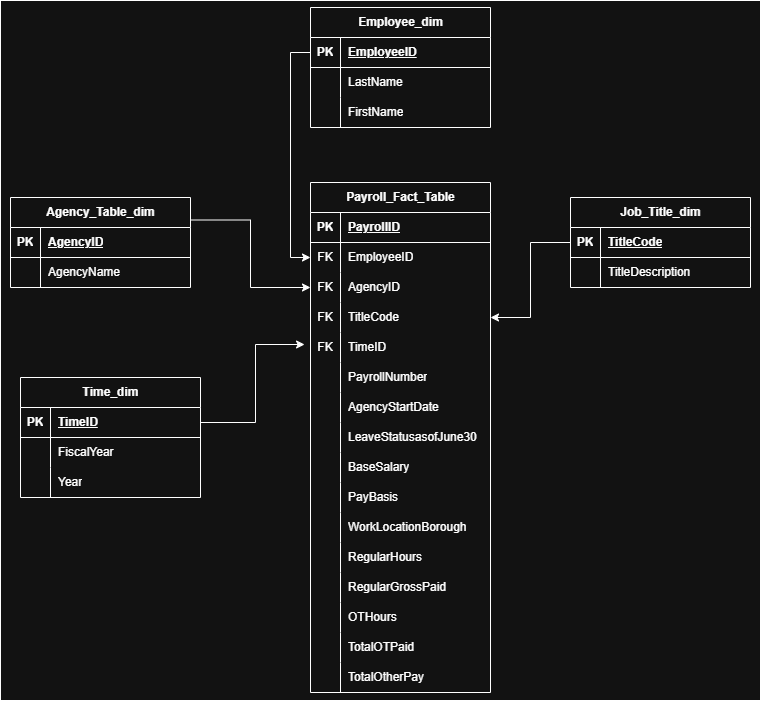
This is images/Data Model.png from nonsosky/nycpayroll, a draw.io export, as it was before one commit. Source tidied: cells renumbered, new cells last; positions are measured from the earlier drawing's top-left corner, leaving out a move shared by most shapes.
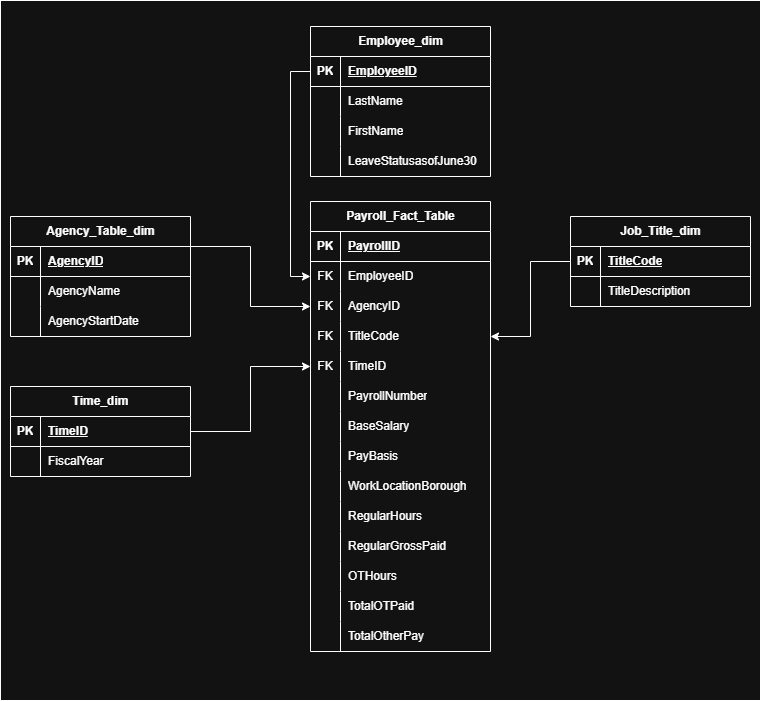
After the commit.

Diff of the diagram source:
```diff
@@ -3,7 +3,7 @@
     <mxCell id="0" />
     <mxCell id="1" parent="0" />
     <mxCell id="2" style="rounded=0;whiteSpace=wrap;html=1;" parent="1" vertex="1">
-      <mxGeometry width="760" height="700" as="geometry" />
+      <mxGeometry y="-19" width="760" height="700" as="geometry" />
     </mxCell>
     <mxCell id="3" value="Job_Title_dim" style="shape=table;startSize=30;rowLines=0;fontStyle=1;align=center;html=1;" parent="1" vertex="1">
       <mxGeometry x="570" y="197" width="180" height="90" as="geometry" />
@@ -30,7 +30,7 @@
       <mxGeometry relative="1" as="geometry" />
     </mxCell>
     <mxCell id="11" value="Agency_Table_dim" style="shape=table;startSize=30;rowLines=0;fontStyle=1;align=center;html=1;" parent="1" vertex="1">
-      <mxGeometry x="10" y="197" width="180" height="90" as="geometry" />
+      <mxGeometry x="10" y="197" width="180" height="120" as="geometry" />
     </mxCell>
     <mxCell id="12" style="shape=tableRow;horizontal=0;startSize=0;swimlaneHead=0;swimlaneBody=0;fillColor=none;top=0;left=0;right=0;bottom=1;" parent="11" vertex="1">
       <mxGeometry y="30" width="180" height="30" as="geometry" />
@@ -50,8 +50,17 @@
     <mxCell id="17" value="AgencyName" style="shape=partialRectangle;fillColor=none;top=0;left=0;bottom=0;right=0;align=left;spacingLeft=6;overflow=hidden;whiteSpace=wrap;html=1;" parent="15" vertex="1">
       <mxGeometry x="30" width="150" height="30" as="geometry" />
     </mxCell>
+    <mxCell id="85" style="shape=tableRow;horizontal=0;startSize=0;swimlaneHead=0;swimlaneBody=0;fillColor=none;top=0;left=0;right=0;bottom=0;" parent="11" vertex="1">
+      <mxGeometry y="90" width="180" height="30" as="geometry" />
+    </mxCell>
+    <mxCell id="90" style="shape=partialRectangle;fillColor=none;top=0;left=0;bottom=0;right=0;overflow=hidden;whiteSpace=wrap;html=1;" parent="85" vertex="1">
+      <mxGeometry width="30" height="30" as="geometry" />
+    </mxCell>
+    <mxCell id="49" value="AgencyStartDate" style="shape=partialRectangle;fillColor=none;top=0;left=0;bottom=0;right=0;align=left;spacingLeft=6;overflow=hidden;whiteSpace=wrap;html=1;" parent="85" vertex="1">
+      <mxGeometry x="30" width="150" height="30" as="geometry" />
+    </mxCell>
     <mxCell id="18" value="Employee_dim" style="shape=table;startSize=30;rowLines=0;fontStyle=1;align=center;html=1;" parent="1" vertex="1">
-      <mxGeometry x="310" y="7" width="180" height="120" as="geometry" />
+      <mxGeometry x="310" y="7" width="180" height="150" as="geometry" />
     </mxCell>
     <mxCell id="19" style="shape=tableRow;horizontal=0;startSize=0;swimlaneHead=0;swimlaneBody=0;fillColor=none;points=[[0,0.5],[1,0.5]];portConstraint=eastwest;top=0;left=0;right=0;bottom=1;" parent="18" vertex="1">
       <mxGeometry y="30" width="180" height="30" as="geometry" />
@@ -80,8 +89,17 @@
     <mxCell id="27" value="FirstName" style="shape=partialRectangle;fillColor=none;top=0;left=0;bottom=0;right=0;align=left;spacingLeft=6;overflow=hidden;whiteSpace=wrap;html=1;" parent="25" vertex="1">
       <mxGeometry x="30" width="150" height="30" as="geometry" />
     </mxCell>
+    <mxCell id="38" style="shape=tableRow;horizontal=0;startSize=0;swimlaneHead=0;swimlaneBody=0;fillColor=none;points=[[0,0.5],[1,0.5]];portConstraint=eastwest;top=0;left=0;right=0;bottom=0;" parent="18" vertex="1">
+      <mxGeometry y="120" width="180" height="30" as="geometry" />
+    </mxCell>
+    <mxCell id="91" style="shape=partialRectangle;fillColor=none;top=0;left=0;bottom=0;right=0;overflow=hidden;whiteSpace=wrap;html=1;" parent="38" vertex="1">
+      <mxGeometry width="30" height="30" as="geometry" />
+    </mxCell>
+    <mxCell id="52" value="LeaveStatusasofJune30" style="shape=partialRectangle;fillColor=none;top=0;left=0;bottom=0;right=0;align=left;spacingLeft=6;overflow=hidden;whiteSpace=wrap;html=1;" parent="38" vertex="1">
+      <mxGeometry x="30" width="150" height="30" as="geometry" />
+    </mxCell>
     <mxCell id="28" value="Payroll_Fact_Table" style="shape=table;startSize=30;rowLines=0;fontStyle=1;align=center;html=1;" parent="1" vertex="1">
-      <mxGeometry x="310" y="182" width="180" height="510" as="geometry" />
+      <mxGeometry x="310" y="182" width="180" height="450" as="geometry" />
     </mxCell>
     <mxCell id="29" style="shape=tableRow;horizontal=0;startSize=0;swimlaneHead=0;swimlaneBody=0;fillColor=none;top=0;left=0;right=0;bottom=1;" parent="28" vertex="1">
       <mxGeometry y="30" width="180" height="30" as="geometry" />
@@ -110,24 +128,24 @@
     <mxCell id="37" value="AgencyID" style="shape=partialRectangle;fillColor=none;top=0;left=0;bottom=0;right=0;align=left;spacingLeft=6;overflow=hidden;whiteSpace=wrap;html=1;" parent="35" vertex="1">
       <mxGeometry x="30" width="150" height="30" as="geometry" />
     </mxCell>
-    <mxCell id="38" style="shape=tableRow;horizontal=0;startSize=0;swimlaneHead=0;swimlaneBody=0;fillColor=none;points=[[0,0.5],[1,0.5]];portConstraint=eastwest;top=0;left=0;right=0;bottom=0;" parent="28" vertex="1">
-      <mxGeometry y="120" width="180" height="30" as="geometry" />
-    </mxCell>
-    <mxCell id="39" value="FK" style="shape=partialRectangle;fillColor=none;top=0;left=0;bottom=0;right=0;overflow=hidden;whiteSpace=wrap;html=1;" parent="38" vertex="1">
-      <mxGeometry width="30" height="30" as="geometry" />
-    </mxCell>
-    <mxCell id="40" value="TitleCode" style="shape=partialRectangle;fillColor=none;top=0;left=0;bottom=0;right=0;align=left;spacingLeft=6;overflow=hidden;whiteSpace=wrap;html=1;" parent="38" vertex="1">
-      <mxGeometry x="30" width="150" height="30" as="geometry" />
-    </mxCell>
     <mxCell id="41" style="shape=tableRow;horizontal=0;startSize=0;swimlaneHead=0;swimlaneBody=0;fillColor=none;points=[[0,0.5],[1,0.5]];portConstraint=eastwest;top=0;left=0;right=0;bottom=0;" parent="28" vertex="1">
-      <mxGeometry y="150" width="180" height="30" as="geometry" />
+      <mxGeometry y="120" width="180" height="30" as="geometry" />
     </mxCell>
     <mxCell id="42" value="FK" style="shape=partialRectangle;fillColor=none;top=0;left=0;bottom=0;right=0;overflow=hidden;whiteSpace=wrap;html=1;" parent="41" vertex="1">
       <mxGeometry width="30" height="30" as="geometry" />
     </mxCell>
-    <mxCell id="43" value="TimeID" style="shape=partialRectangle;fillColor=none;top=0;left=0;bottom=0;right=0;align=left;spacingLeft=6;overflow=hidden;whiteSpace=wrap;html=1;" parent="41" vertex="1">
+    <mxCell id="43" value="TitleCode" style="shape=partialRectangle;fillColor=none;top=0;left=0;bottom=0;right=0;align=left;spacingLeft=6;overflow=hidden;whiteSpace=wrap;html=1;" parent="41" vertex="1">
       <mxGeometry x="30" width="150" height="30" as="geometry" />
     </mxCell>
+    <mxCell id="92" style="shape=tableRow;horizontal=0;startSize=0;swimlaneHead=0;swimlaneBody=0;fillColor=none;points=[[0,0.5],[1,0.5]];portConstraint=eastwest;top=0;left=0;right=0;bottom=0;" parent="28" vertex="1">
+      <mxGeometry y="150" width="180" height="30" as="geometry" />
+    </mxCell>
+    <mxCell id="39" value="FK" style="shape=partialRectangle;fillColor=none;top=0;left=0;bottom=0;right=0;overflow=hidden;whiteSpace=wrap;html=1;" parent="92" vertex="1">
+      <mxGeometry width="30" height="30" as="geometry" />
+    </mxCell>
+    <mxCell id="93" value="TimeID" style="shape=partialRectangle;fillColor=none;top=0;left=0;bottom=0;right=0;align=left;spacingLeft=6;overflow=hidden;whiteSpace=wrap;html=1;" parent="92" vertex="1">
+      <mxGeometry x="30" width="150" height="30" as="geometry" />
+    </mxCell>
     <mxCell id="44" style="shape=tableRow;horizontal=0;startSize=0;swimlaneHead=0;swimlaneBody=0;fillColor=none;top=0;left=0;right=0;bottom=0;" parent="28" vertex="1">
       <mxGeometry y="180" width="180" height="30" as="geometry" />
     </mxCell>
@@ -137,26 +155,8 @@
     <mxCell id="46" value="PayrollNumber" style="shape=partialRectangle;fillColor=none;top=0;left=0;bottom=0;right=0;align=left;spacingLeft=6;overflow=hidden;whiteSpace=wrap;html=1;" parent="44" vertex="1">
       <mxGeometry x="30" width="150" height="30" as="geometry" />
     </mxCell>
-    <mxCell id="47" style="shape=tableRow;horizontal=0;startSize=0;swimlaneHead=0;swimlaneBody=0;fillColor=none;top=0;left=0;right=0;bottom=0;" parent="28" vertex="1">
-      <mxGeometry y="210" width="180" height="30" as="geometry" />
-    </mxCell>
-    <mxCell id="48" style="shape=partialRectangle;fillColor=none;top=0;left=0;bottom=0;right=0;overflow=hidden;whiteSpace=wrap;html=1;" parent="47" vertex="1">
-      <mxGeometry width="30" height="30" as="geometry" />
-    </mxCell>
-    <mxCell id="49" value="AgencyStartDate" style="shape=partialRectangle;fillColor=none;top=0;left=0;bottom=0;right=0;align=left;spacingLeft=6;overflow=hidden;whiteSpace=wrap;html=1;" parent="47" vertex="1">
-      <mxGeometry x="30" width="150" height="30" as="geometry" />
-    </mxCell>
-    <mxCell id="50" style="shape=tableRow;horizontal=0;startSize=0;swimlaneHead=0;swimlaneBody=0;fillColor=none;top=0;left=0;right=0;bottom=0;" parent="28" vertex="1">
-      <mxGeometry y="240" width="180" height="30" as="geometry" />
-    </mxCell>
-    <mxCell id="51" style="shape=partialRectangle;fillColor=none;top=0;left=0;bottom=0;right=0;overflow=hidden;whiteSpace=wrap;html=1;" parent="50" vertex="1">
-      <mxGeometry width="30" height="30" as="geometry" />
-    </mxCell>
-    <mxCell id="52" value="LeaveStatusasofJune30" style="shape=partialRectangle;fillColor=none;top=0;left=0;bottom=0;right=0;align=left;spacingLeft=6;overflow=hidden;whiteSpace=wrap;html=1;" parent="50" vertex="1">
-      <mxGeometry x="30" width="150" height="30" as="geometry" />
-    </mxCell>
     <mxCell id="53" style="shape=tableRow;horizontal=0;startSize=0;swimlaneHead=0;swimlaneBody=0;fillColor=none;top=0;left=0;right=0;bottom=0;" parent="28" vertex="1">
-      <mxGeometry y="270" width="180" height="30" as="geometry" />
+      <mxGeometry y="210" width="180" height="30" as="geometry" />
     </mxCell>
     <mxCell id="54" style="shape=partialRectangle;fillColor=none;top=0;left=0;bottom=0;right=0;overflow=hidden;whiteSpace=wrap;html=1;" parent="53" vertex="1">
       <mxGeometry width="30" height="30" as="geometry" />
@@ -165,7 +165,7 @@
       <mxGeometry x="30" width="150" height="30" as="geometry" />
     </mxCell>
     <mxCell id="56" style="shape=tableRow;horizontal=0;startSize=0;swimlaneHead=0;swimlaneBody=0;fillColor=none;top=0;left=0;right=0;bottom=0;" parent="28" vertex="1">
-      <mxGeometry y="300" width="180" height="30" as="geometry" />
+      <mxGeometry y="240" width="180" height="30" as="geometry" />
     </mxCell>
     <mxCell id="57" style="shape=partialRectangle;fillColor=none;top=0;left=0;bottom=0;right=0;overflow=hidden;whiteSpace=wrap;html=1;" parent="56" vertex="1">
       <mxGeometry width="30" height="30" as="geometry" />
@@ -174,7 +174,7 @@
       <mxGeometry x="30" width="150" height="30" as="geometry" />
     </mxCell>
     <mxCell id="59" style="shape=tableRow;horizontal=0;startSize=0;swimlaneHead=0;swimlaneBody=0;fillColor=none;top=0;left=0;right=0;bottom=0;" parent="28" vertex="1">
-      <mxGeometry y="330" width="180" height="30" as="geometry" />
+      <mxGeometry y="270" width="180" height="30" as="geometry" />
     </mxCell>
     <mxCell id="60" style="shape=partialRectangle;fillColor=none;top=0;left=0;bottom=0;right=0;overflow=hidden;whiteSpace=wrap;html=1;" parent="59" vertex="1">
       <mxGeometry width="30" height="30" as="geometry" />
@@ -183,7 +183,7 @@
       <mxGeometry x="30" width="150" height="30" as="geometry" />
     </mxCell>
     <mxCell id="62" style="shape=tableRow;horizontal=0;startSize=0;swimlaneHead=0;swimlaneBody=0;fillColor=none;top=0;left=0;right=0;bottom=0;" parent="28" vertex="1">
-      <mxGeometry y="360" width="180" height="30" as="geometry" />
+      <mxGeometry y="300" width="180" height="30" as="geometry" />
     </mxCell>
     <mxCell id="63" style="shape=partialRectangle;fillColor=none;top=0;left=0;bottom=0;right=0;overflow=hidden;whiteSpace=wrap;html=1;" parent="62" vertex="1">
       <mxGeometry width="30" height="30" as="geometry" />
@@ -192,7 +192,7 @@
       <mxGeometry x="30" width="150" height="30" as="geometry" />
     </mxCell>
     <mxCell id="65" style="shape=tableRow;horizontal=0;startSize=0;swimlaneHead=0;swimlaneBody=0;fillColor=none;top=0;left=0;right=0;bottom=0;" parent="28" vertex="1">
-      <mxGeometry y="390" width="180" height="30" as="geometry" />
+      <mxGeometry y="330" width="180" height="30" as="geometry" />
     </mxCell>
     <mxCell id="66" style="shape=partialRectangle;fillColor=none;top=0;left=0;bottom=0;right=0;overflow=hidden;whiteSpace=wrap;html=1;" parent="65" vertex="1">
       <mxGeometry width="30" height="30" as="geometry" />
@@ -201,7 +201,7 @@
       <mxGeometry x="30" width="150" height="30" as="geometry" />
     </mxCell>
     <mxCell id="68" style="shape=tableRow;horizontal=0;startSize=0;swimlaneHead=0;swimlaneBody=0;fillColor=none;top=0;left=0;right=0;bottom=0;" parent="28" vertex="1">
-      <mxGeometry y="420" width="180" height="30" as="geometry" />
+      <mxGeometry y="360" width="180" height="30" as="geometry" />
     </mxCell>
     <mxCell id="69" style="shape=partialRectangle;fillColor=none;top=0;left=0;bottom=0;right=0;overflow=hidden;whiteSpace=wrap;html=1;" parent="68" vertex="1">
       <mxGeometry width="30" height="30" as="geometry" />
@@ -210,7 +210,7 @@
       <mxGeometry x="30" width="150" height="30" as="geometry" />
     </mxCell>
     <mxCell id="71" style="shape=tableRow;horizontal=0;startSize=0;swimlaneHead=0;swimlaneBody=0;fillColor=none;top=0;left=0;right=0;bottom=0;" parent="28" vertex="1">
-      <mxGeometry y="450" width="180" height="30" as="geometry" />
+      <mxGeometry y="390" width="180" height="30" as="geometry" />
     </mxCell>
     <mxCell id="72" style="shape=partialRectangle;fillColor=none;top=0;left=0;bottom=0;right=0;overflow=hidden;whiteSpace=wrap;html=1;" parent="71" vertex="1">
       <mxGeometry width="30" height="30" as="geometry" />
@@ -219,7 +219,7 @@
       <mxGeometry x="30" width="150" height="30" as="geometry" />
     </mxCell>
     <mxCell id="74" style="shape=tableRow;horizontal=0;startSize=0;swimlaneHead=0;swimlaneBody=0;fillColor=none;top=0;left=0;right=0;bottom=0;" parent="28" vertex="1">
-      <mxGeometry y="480" width="180" height="30" as="geometry" />
+      <mxGeometry y="420" width="180" height="30" as="geometry" />
     </mxCell>
     <mxCell id="75" style="shape=partialRectangle;fillColor=none;top=0;left=0;bottom=0;right=0;overflow=hidden;whiteSpace=wrap;html=1;" parent="74" vertex="1">
       <mxGeometry width="30" height="30" as="geometry" />
@@ -230,8 +230,14 @@
     <mxCell id="77" style="edgeStyle=orthogonalEdgeStyle;rounded=0;jettySize=auto;html=1;exitX=0;exitY=0.5;exitDx=0;exitDy=0;entryX=0;entryY=0.5;entryDx=0;entryDy=0;" parent="1" edge="1" source="19" target="32">
       <mxGeometry relative="1" as="geometry" />
     </mxCell>
+    <mxCell id="94" style="edgeStyle=orthogonalEdgeStyle;rounded=0;jettySize=auto;html=1;exitX=0;exitY=0.5;exitDx=0;exitDy=0;entryX=1;entryY=0.5;entryDx=0;entryDy=0;" parent="1" edge="1" source="4" target="x">
+      <mxGeometry relative="1" as="geometry" />
+    </mxCell>
+    <mxCell id="95" style="edgeStyle=orthogonalEdgeStyle;rounded=0;jettySize=auto;html=1;exitX=0;exitY=0.5;exitDx=0;exitDy=0;" parent="1" edge="1" source="4" target="41">
+      <mxGeometry relative="1" as="geometry" />
+    </mxCell>
     <mxCell id="78" value="Time_dim" style="shape=table;startSize=30;rowLines=0;fontStyle=1;align=center;html=1;" parent="1" vertex="1">
-      <mxGeometry x="20" y="377" width="180" height="120" as="geometry" />
+      <mxGeometry x="10" y="367" width="180" height="90" as="geometry" />
     </mxCell>
     <mxCell id="79" style="shape=tableRow;horizontal=0;startSize=0;swimlaneHead=0;swimlaneBody=0;fillColor=none;points=[[0,0.5],[1,0.5]];portConstraint=eastwest;top=0;left=0;right=0;bottom=1;" parent="78" vertex="1">
       <mxGeometry y="30" width="180" height="30" as="geometry" />
@@ -245,26 +251,14 @@
     <mxCell id="82" style="shape=tableRow;horizontal=0;startSize=0;swimlaneHead=0;swimlaneBody=0;fillColor=none;top=0;left=0;right=0;bottom=0;" parent="78" vertex="1">
       <mxGeometry y="60" width="180" height="30" as="geometry" />
     </mxCell>
-    <mxCell id="83" style="shape=partialRectangle;fillColor=none;top=0;left=0;bottom=0;right=0;overflow=hidden;whiteSpace=wrap;html=1;" parent="82" vertex="1">
-      <mxGeometry width="30" height="30" as="geometry" />
-    </mxCell>
+    <mxCell id="96" style="shape=partialRectangle;fillColor=none;top=0;left=0;bottom=0;right=0;overflow=hidden;whiteSpace=wrap;html=1;" parent="82" vertex="1">
+      <mxGeometry width="30" height="30" as="geometry" />
+    </mxCell>
     <mxCell id="84" value="FiscalYear" style="shape=partialRectangle;fillColor=none;top=0;left=0;bottom=0;right=0;align=left;spacingLeft=6;overflow=hidden;whiteSpace=wrap;html=1;" parent="82" vertex="1">
       <mxGeometry x="30" width="150" height="30" as="geometry" />
     </mxCell>
-    <mxCell id="85" style="shape=tableRow;horizontal=0;startSize=0;swimlaneHead=0;swimlaneBody=0;fillColor=none;top=0;left=0;right=0;bottom=0;" parent="78" vertex="1">
-      <mxGeometry y="90" width="180" height="30" as="geometry" />
-    </mxCell>
-    <mxCell id="86" style="shape=partialRectangle;fillColor=none;top=0;left=0;bottom=0;right=0;overflow=hidden;whiteSpace=wrap;html=1;" parent="85" vertex="1">
-      <mxGeometry width="30" height="30" as="geometry" />
-    </mxCell>
-    <mxCell id="87" value="Year" style="shape=partialRectangle;fillColor=none;top=0;left=0;bottom=0;right=0;align=left;spacingLeft=6;overflow=hidden;whiteSpace=wrap;html=1;" parent="85" vertex="1">
-      <mxGeometry x="30" width="150" height="30" as="geometry" />
-    </mxCell>
-    <mxCell id="88" style="edgeStyle=orthogonalEdgeStyle;rounded=0;jettySize=auto;html=1;exitX=1;exitY=0.5;exitDx=0;exitDy=0;entryX=-0.033;entryY=0.4;entryDx=0;entryDy=0;entryPerimeter=0;" parent="1" edge="1" source="79" target="41">
-      <mxGeometry relative="1" as="geometry" />
-    </mxCell>
-    <mxCell id="89" style="edgeStyle=orthogonalEdgeStyle;rounded=0;jettySize=auto;html=1;exitX=0;exitY=0.5;exitDx=0;exitDy=0;entryX=1;entryY=0.5;entryDx=0;entryDy=0;" parent="1" edge="1" source="4" target="38">
-      <mxGeometry relative="1" as="geometry" />
-    </mxCell>
+    <mxCell id="97" style="edgeStyle=orthogonalEdgeStyle;rounded=0;jettySize=auto;html=1;exitX=1;exitY=0.5;exitDx=0;exitDy=0;entryX=0;entryY=0.5;entryDx=0;entryDy=0;" parent="1" edge="1" source="79" target="92">
+      <mxGeometry relative="1" as="geometry" />
+    </mxCell>
   </root>
 </mxGraphModel>
```
